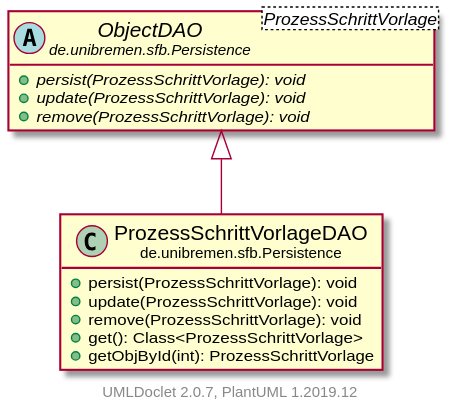
Above: doc/UML/modulsichtSVG/ProzessSchrittVorlageDAO.svg in fkehlenb/softwareprojekt-2 (PlantUML), before the change. Its diagram source:
```plantuml
@startuml
    set namespaceSeparator none
    hide empty fields
    hide empty methods

    class "<size:14>ProzessSchrittVorlageDAO\n<size:10>de.unibremen.sfb.Persistence" as de.unibremen.sfb.Persistence.ProzessSchrittVorlageDAO [[ProzessSchrittVorlageDAO.html]] {
        +persist(ProzessSchrittVorlage): void
        +update(ProzessSchrittVorlage): void
        +remove(ProzessSchrittVorlage): void
        +get(): Class<ProzessSchrittVorlage>
        +getObjById(int): ProzessSchrittVorlage
    }

    abstract class "<size:14>ObjectDAO\n<size:10>de.unibremen.sfb.Persistence" as de.unibremen.sfb.Persistence.ObjectDAO<ProzessSchrittVorlage> [[ObjectDAO.html]] {
        {abstract} +persist(ProzessSchrittVorlage): void
        {abstract} +update(ProzessSchrittVorlage): void
        {abstract} +remove(ProzessSchrittVorlage): void
    }

    de.unibremen.sfb.Persistence.ObjectDAO <|-- de.unibremen.sfb.Persistence.ProzessSchrittVorlageDAO

    center footer UMLDoclet 2.0.7, PlantUML 1.2019.12
@enduml
```
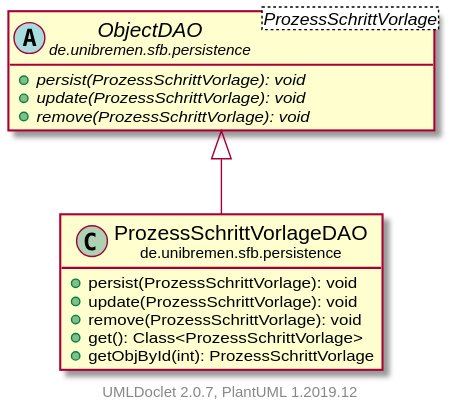
After the change.

Change to the diagram source:
```diff
@@ -3,7 +3,7 @@
     hide empty fields
     hide empty methods
 
-    class "<size:14>ProzessSchrittVorlageDAO\n<size:10>de.unibremen.sfb.Persistence" as de.unibremen.sfb.Persistence.ProzessSchrittVorlageDAO [[ProzessSchrittVorlageDAO.html]] {
+    class "<size:14>ProzessSchrittVorlageDAO\n<size:10>de.unibremen.sfb.persistence" as de.unibremen.sfb.persistence.ProzessSchrittVorlageDAO [[ProzessSchrittVorlageDAO.html]] {
         +persist(ProzessSchrittVorlage): void
         +update(ProzessSchrittVorlage): void
         +remove(ProzessSchrittVorlage): void
@@ -11,13 +11,13 @@
         +getObjById(int): ProzessSchrittVorlage
     }
 
-    abstract class "<size:14>ObjectDAO\n<size:10>de.unibremen.sfb.Persistence" as de.unibremen.sfb.Persistence.ObjectDAO<ProzessSchrittVorlage> [[ObjectDAO.html]] {
+    abstract class "<size:14>ObjectDAO\n<size:10>de.unibremen.sfb.persistence" as de.unibremen.sfb.persistence.ObjectDAO<ProzessSchrittVorlage> [[ObjectDAO.html]] {
         {abstract} +persist(ProzessSchrittVorlage): void
         {abstract} +update(ProzessSchrittVorlage): void
         {abstract} +remove(ProzessSchrittVorlage): void
     }
 
-    de.unibremen.sfb.Persistence.ObjectDAO <|-- de.unibremen.sfb.Persistence.ProzessSchrittVorlageDAO
+    de.unibremen.sfb.persistence.ObjectDAO <|-- de.unibremen.sfb.persistence.ProzessSchrittVorlageDAO
 
     center footer UMLDoclet 2.0.7, PlantUML 1.2019.12
 @enduml
```
